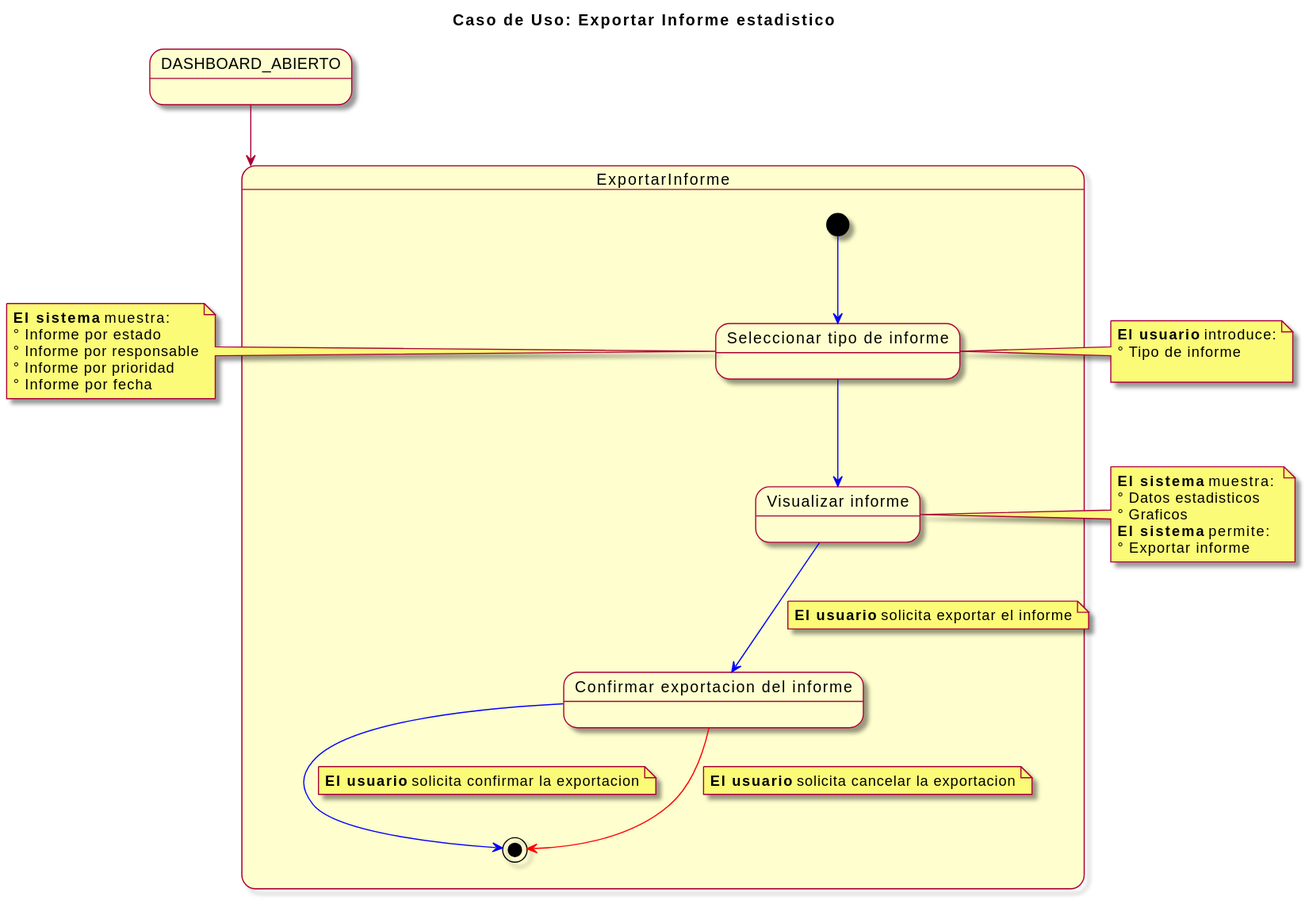
Above: imagenes/modelosUML/CDUExportarInforme.svg in mmasias/23-24-IdSw1-SDR (PlantUML), before the change. Its diagram source:
```plantuml
@startuml
skin rose
title Caso de Uso: Exportar Informe estadistico

state DASHBOARD_ABIERTO


DASHBOARD_ABIERTO --> ExportarInforme

state ExportarInforme {

  [*] -[#blue]-> elegirInforme
  state "Seleccionar tipo de informe" as elegirInforme
  elegirInforme -[#blue]-> visualizarInforme
  state "Visualizar informe" as visualizarInforme
  visualizarInforme -[#blue]-> confirmarExportacion
  note on link: **El usuario** solicita exportar el informe
  state "Confirmar exportacion del informe" as confirmarExportacion
  confirmarExportacion -[#blue]-> [*]
  note on link: **El usuario** solicita confirmar la exportacion
  confirmarExportacion -[#red]-> [*]
  note on link: **El usuario** solicita cancelar la exportacion

}


note left of elegirInforme
  **El sistema** muestra:
  ° Informe por estado
  ° Informe por responsable
  ° Informe por prioridad
  ° Informe por fecha
end note

note right of elegirInforme
  **El usuario** introduce:
  ° Tipo de informe

end note

note left of visualizarInforme
  **El sistema** muestra:
  ° Datos estadisticos
  ° Graficos
  **El sistema** permite:
  ° Exportar informe
end note
@enduml
```
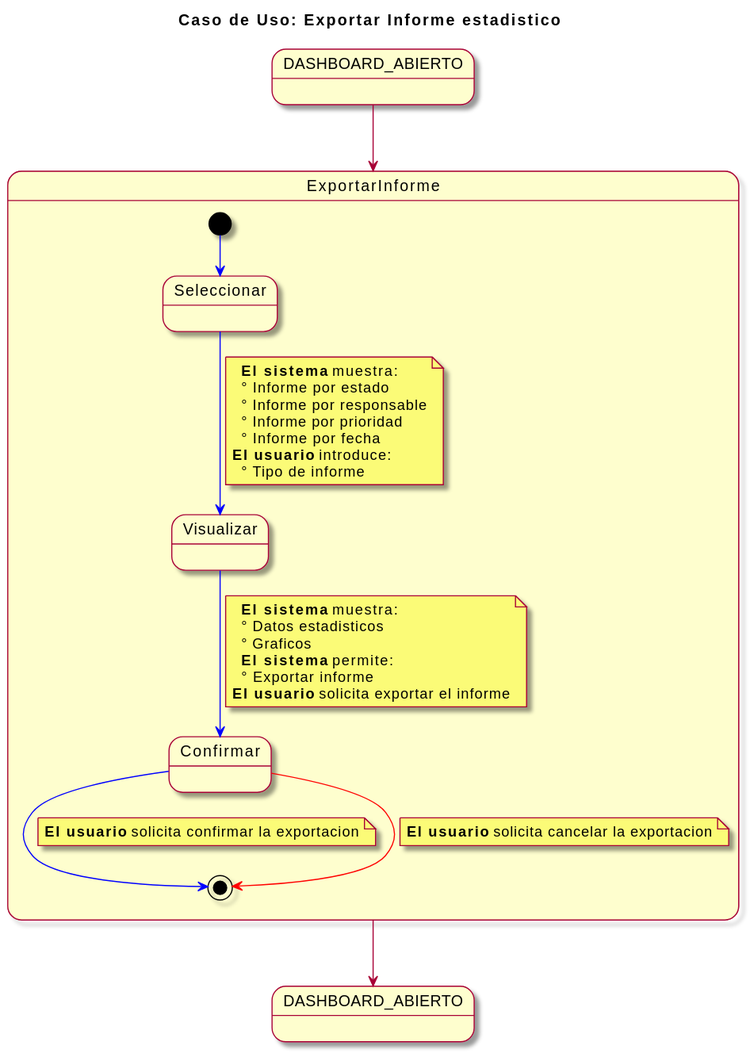
The same diagram one commit later.

Diff of the diagram source:
```diff
@@ -2,47 +2,41 @@
 skin rose
 title Caso de Uso: Exportar Informe estadistico
 
-state DASHBOARD_ABIERTO
+state "DASHBOARD_ABIERTO" as DASHBOARD_ABIERTO2
 
 
 DASHBOARD_ABIERTO --> ExportarInforme
+ExportarInforme --> DASHBOARD_ABIERTO2
 
 state ExportarInforme {
 
   [*] -[#blue]-> elegirInforme
-  state "Seleccionar tipo de informe" as elegirInforme
+  state "Seleccionar" as elegirInforme
   elegirInforme -[#blue]-> visualizarInforme
-  state "Visualizar informe" as visualizarInforme
+note on link
+  **El sistema** muestra:
+  ° Informe por estado
+  ° Informe por responsable
+  ° Informe por prioridad
+  ° Informe por fecha
+**El usuario** introduce:
+  ° Tipo de informe
+end note
+  state "Visualizar" as visualizarInforme
   visualizarInforme -[#blue]-> confirmarExportacion
-  note on link: **El usuario** solicita exportar el informe
-  state "Confirmar exportacion del informe" as confirmarExportacion
+  note on link
+  **El sistema** muestra:
+  ° Datos estadisticos
+  ° Graficos
+  **El sistema** permite:
+  ° Exportar informe
+**El usuario** solicita exportar el informe
+end note
+  state "Confirmar" as confirmarExportacion
   confirmarExportacion -[#blue]-> [*]
   note on link: **El usuario** solicita confirmar la exportacion
   confirmarExportacion -[#red]-> [*]
   note on link: **El usuario** solicita cancelar la exportacion
 
 }
-
-
-note left of elegirInforme
-  **El sistema** muestra:
-  ° Informe por estado
-  ° Informe por responsable
-  ° Informe por prioridad
-  ° Informe por fecha
-end note
-
-note right of elegirInforme
-  **El usuario** introduce:
-  ° Tipo de informe
-
-end note
-
-note left of visualizarInforme
-  **El sistema** muestra:
-  ° Datos estadisticos
-  ° Graficos
-  **El sistema** permite:
-  ° Exportar informe
-end note
 @enduml
```
